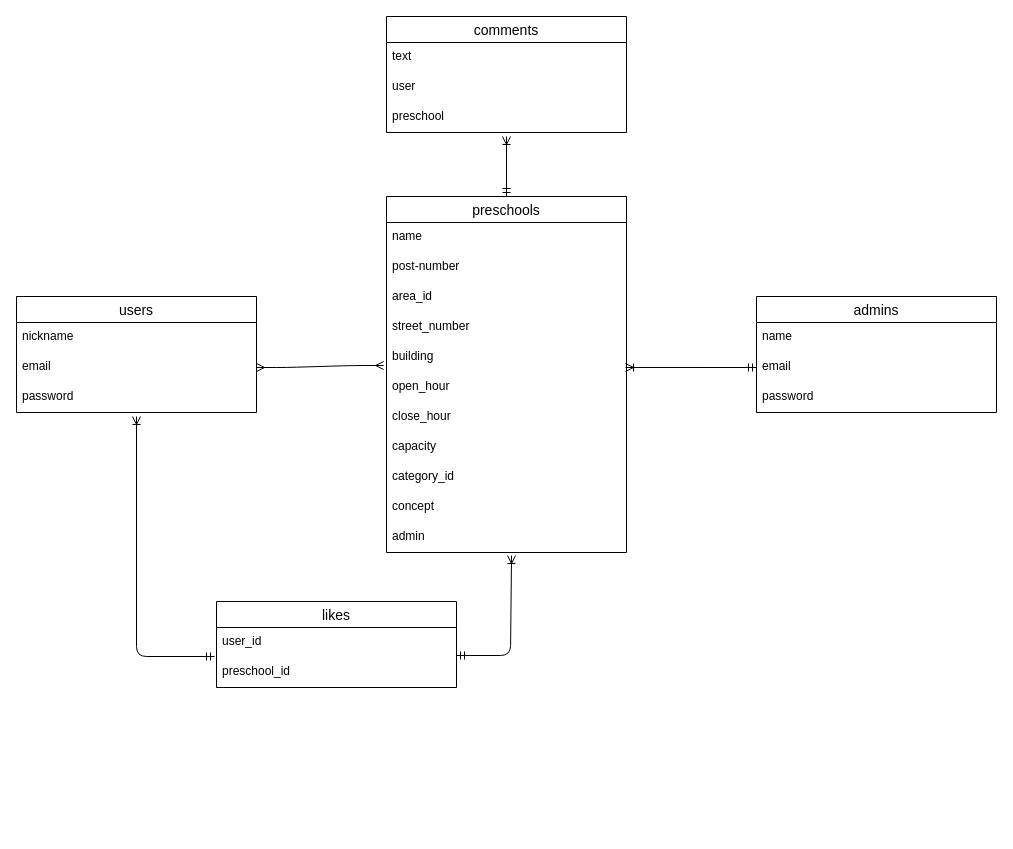
Before: preschool-match.dio in kamada-maki/preschool-match-app, a draw.io diagram. Source tidied: cells renumbered, new cells numbered last; positions are measured from the earlier drawing's top-left corner, leaving out a move shared by most shapes. Both pictures are drawn from the tidied source at 100%, with x=0, y=0 at pixel (16, 16).
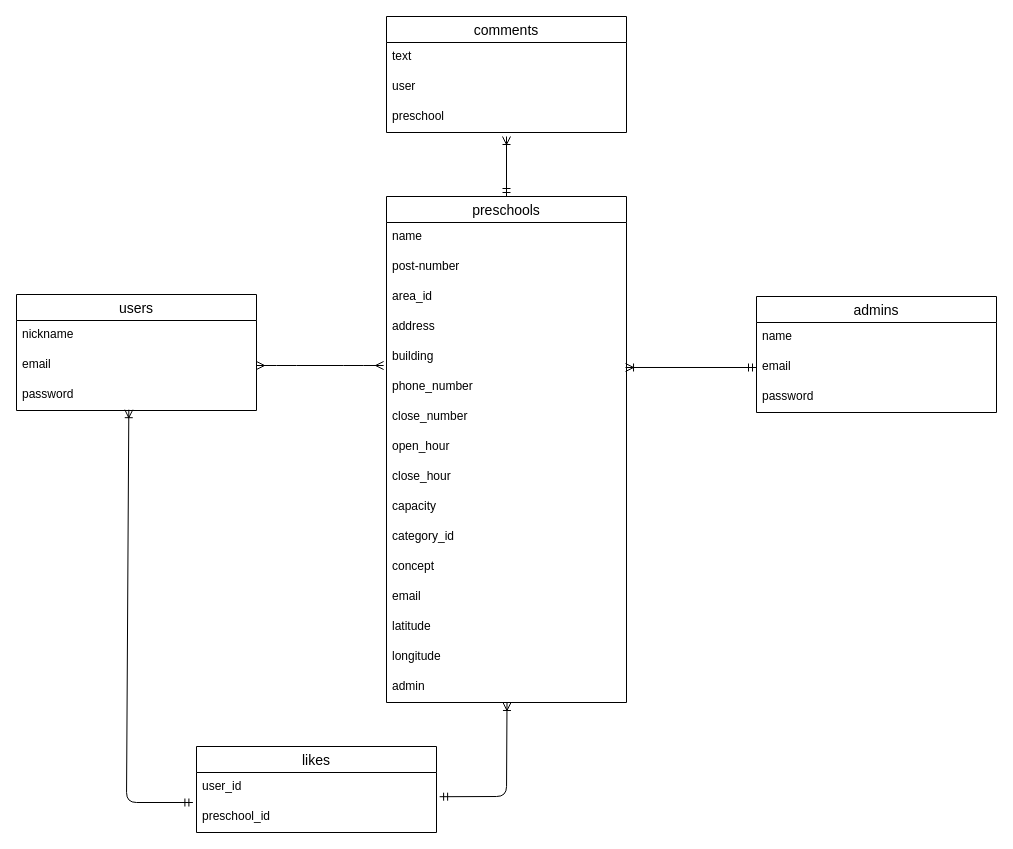
The same page after the edit.

Unchanged cells that the change refers to:
```xml
<mxCell id="5" value="password" style="text;strokeColor=none;fillColor=none;spacingLeft=4;spacingRight=4;overflow=hidden;points=[[0,0.5],[1,0.5]];portConstraint=eastwest;fontSize=12;" parent="2" vertex="1">
  <mxGeometry y="86" width="240" height="30" as="geometry" />
</mxCell>
<mxCell id="27" value="user_id" style="text;strokeColor=none;fillColor=none;spacingLeft=4;spacingRight=4;overflow=hidden;points=[[0,0.5],[1,0.5]];portConstraint=eastwest;fontSize=12;" parent="26" vertex="1">
  <mxGeometry y="26" width="240" height="30" as="geometry" />
</mxCell>
<mxCell id="28" value="preschool_id" style="text;strokeColor=none;fillColor=none;spacingLeft=4;spacingRight=4;overflow=hidden;points=[[0,0.5],[1,0.5]];portConstraint=eastwest;fontSize=12;" parent="26" vertex="1">
  <mxGeometry y="56" width="240" height="30" as="geometry" />
</mxCell>
```

The edit, as a diff of the source:
```diff
@@
     <mxCell id="2" value="users" style="swimlane;fontStyle=0;horizontal=1;startSize=26;align=center;fontSize=14;" parent="1" vertex="1">
-      <mxGeometry y="280" width="240" height="116" as="geometry" />
+      <mxGeometry y="278" width="240" height="116" as="geometry" />
     </mxCell>
@@
     <mxCell id="14" value="preschools" style="swimlane;fontStyle=0;horizontal=1;startSize=26;align=center;fontSize=14;" parent="1" vertex="1">
-      <mxGeometry x="370" y="180" width="240" height="356" as="geometry" />
+      <mxGeometry x="370" y="180" width="240" height="506" as="geometry" />
     </mxCell>
@@
-    <mxCell id="18" value="street_number" style="text;strokeColor=none;fillColor=none;spacingLeft=4;spacingRight=4;overflow=hidden;fontSize=12;" parent="14" vertex="1">
+    <mxCell id="18" value="address" style="text;strokeColor=none;fillColor=none;spacingLeft=4;spacingRight=4;overflow=hidden;fontSize=12;" parent="14" vertex="1">
       <mxGeometry y="116" width="240" height="30" as="geometry" />
     </mxCell>
@@
-    <mxCell id="20" value="open_hour" style="text;strokeColor=none;fillColor=none;spacingLeft=4;spacingRight=4;overflow=hidden;points=[[0,0.5],[1,0.5]];portConstraint=eastwest;fontSize=12;" parent="14" vertex="1">
+    <mxCell id="20" value="phone_number" style="text;strokeColor=none;fillColor=none;spacingLeft=4;spacingRight=4;overflow=hidden;points=[[0,0.5],[1,0.5]];portConstraint=eastwest;fontSize=12;" parent="14" vertex="1">
       <mxGeometry y="176" width="240" height="30" as="geometry" />
     </mxCell>
-    <mxCell id="21" value="close_hour" style="text;strokeColor=none;fillColor=none;spacingLeft=4;spacingRight=4;overflow=hidden;fontSize=12;" parent="14" vertex="1">
+    <mxCell id="21" value="close_number" style="text;strokeColor=none;fillColor=none;spacingLeft=4;spacingRight=4;overflow=hidden;fontSize=12;" parent="14" vertex="1">
       <mxGeometry y="206" width="240" height="30" as="geometry" />
     </mxCell>
+    <mxCell id="34" value="open_hour" style="text;strokeColor=none;fillColor=none;spacingLeft=4;spacingRight=4;overflow=hidden;fontSize=12;" parent="14" vertex="1">
+      <mxGeometry y="236" width="240" height="30" as="geometry" />
+    </mxCell>
+    <mxCell id="35" value="close_hour" style="text;strokeColor=none;fillColor=none;spacingLeft=4;spacingRight=4;overflow=hidden;fontSize=12;" parent="14" vertex="1">
+      <mxGeometry y="266" width="240" height="30" as="geometry" />
+    </mxCell>
     <mxCell id="22" value="capacity" style="text;strokeColor=none;fillColor=none;spacingLeft=4;spacingRight=4;overflow=hidden;fontSize=12;" parent="14" vertex="1">
-      <mxGeometry y="236" width="240" height="30" as="geometry" />
+      <mxGeometry y="296" width="240" height="30" as="geometry" />
     </mxCell>
     <mxCell id="23" value="category_id" style="text;strokeColor=none;fillColor=none;spacingLeft=4;spacingRight=4;overflow=hidden;fontSize=12;" parent="14" vertex="1">
-      <mxGeometry y="266" width="240" height="30" as="geometry" />
+      <mxGeometry y="326" width="240" height="30" as="geometry" />
     </mxCell>
     <mxCell id="24" value="concept" style="text;strokeColor=none;fillColor=none;spacingLeft=4;spacingRight=4;overflow=hidden;fontSize=12;" parent="14" vertex="1">
-      <mxGeometry y="296" width="240" height="30" as="geometry" />
+      <mxGeometry y="356" width="240" height="30" as="geometry" />
     </mxCell>
+    <mxCell id="36" value="email" style="text;strokeColor=none;fillColor=none;spacingLeft=4;spacingRight=4;overflow=hidden;fontSize=12;" parent="14" vertex="1">
+      <mxGeometry y="386" width="240" height="30" as="geometry" />
+    </mxCell>
+    <mxCell id="37" value="latitude" style="text;strokeColor=none;fillColor=none;spacingLeft=4;spacingRight=4;overflow=hidden;fontSize=12;" parent="14" vertex="1">
+      <mxGeometry y="416" width="240" height="30" as="geometry" />
+    </mxCell>
+    <mxCell id="38" value="longitude" style="text;strokeColor=none;fillColor=none;spacingLeft=4;spacingRight=4;overflow=hidden;fontSize=12;" parent="14" vertex="1">
+      <mxGeometry y="446" width="240" height="30" as="geometry" />
+    </mxCell>
     <mxCell id="25" value="admin" style="text;strokeColor=none;fillColor=none;spacingLeft=4;spacingRight=4;overflow=hidden;points=[[0,0.5],[1,0.5]];portConstraint=eastwest;fontSize=12;" parent="14" vertex="1">
-      <mxGeometry y="326" width="240" height="30" as="geometry" />
+      <mxGeometry y="476" width="240" height="30" as="geometry" />
     </mxCell>
     <mxCell id="26" value="likes" style="swimlane;fontStyle=0;horizontal=1;startSize=26;align=center;fontSize=14;" parent="1" vertex="1">
-      <mxGeometry x="200" y="585" width="240" height="86" as="geometry" />
+      <mxGeometry x="180" y="730" width="240" height="86" as="geometry" />
     </mxCell>
@@
-    <mxCell id="30" style="fontSize=12;html=1;endArrow=ERoneToMany;startArrow=ERmandOne;entryX=0.521;entryY=1.1;entryDx=0;entryDy=0;entryPerimeter=0;" parent="1" edge="1" target="25">
+    <mxCell id="30" style="fontSize=12;html=1;endArrow=ERoneToMany;startArrow=ERmandOne;entryX=0.502;entryY=1.067;entryDx=0;entryDy=0;entryPerimeter=0;exitX=1.013;exitY=0.807;exitDx=0;exitDy=0;exitPerimeter=0;" parent="1" edge="1" source="27">
       <mxGeometry relative="1" as="geometry">
-        <mxPoint x="440" y="639" as="sourcePoint" />
+        <mxPoint x="490.5" y="686" as="targetPoint" />
         <Array as="points">
-          <mxPoint x="494" y="639" />
+          <mxPoint x="490" y="780" />
         </Array>
       </mxGeometry>
     </mxCell>
-    <mxCell id="31" style="fontSize=12;html=1;endArrow=ERoneToMany;startArrow=ERmandOne;" parent="1" edge="1">
+    <mxCell id="31" style="fontSize=12;html=1;endArrow=ERoneToMany;startArrow=ERmandOne;exitX=-0.015;exitY=0;exitDx=0;exitDy=0;exitPerimeter=0;entryX=0.468;entryY=0.973;entryDx=0;entryDy=0;entryPerimeter=0;" parent="1" edge="1" source="28" target="5">
       <mxGeometry relative="1" as="geometry">
-        <mxPoint x="198" y="640" as="sourcePoint" />
-        <mxPoint x="120" y="400" as="targetPoint" />
         <Array as="points">
-          <mxPoint x="120" y="640" />
+          <mxPoint x="110" y="786" />
         </Array>
       </mxGeometry>
     </mxCell>
```
